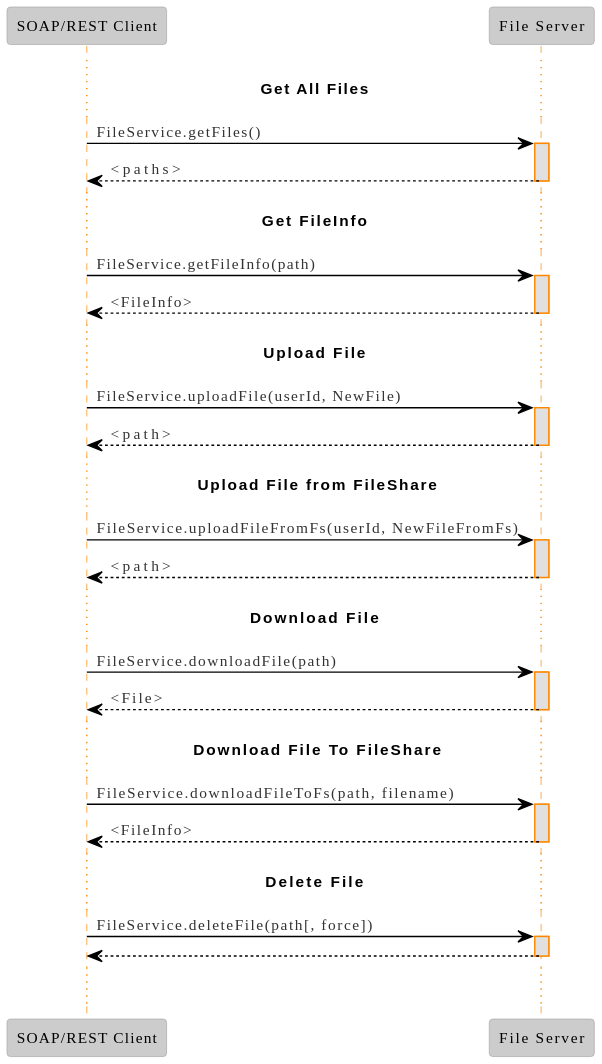
eluinstra/file-server-documentation keeps this PlantUML diagram as docs/img/Sequence Diagram - Server - Manage Files.svg. Above is the earlier version. Source of this version:
```plantuml
@startuml
!theme reddress-lightorange

skinparam backgroundColor transparent


participant "SOAP/REST Client" as app
participant "File Server" as fs

... <b>Get All Files ...

app -> fs: FileService.getFiles()
activate fs

fs --> app: <paths>
deactivate fs

... <b>Get FileInfo ...

app -> fs: FileService.getFileInfo(path)
activate fs

fs --> app: <FileInfo>
deactivate fs

... <b>Upload File ...

app -> fs: FileService.uploadFile(userId, NewFile)
activate fs

fs --> app: <path>
deactivate fs

... <b>Upload File from FileShare...

app -> fs: FileService.uploadFileFromFs(userId, NewFileFromFs)
activate fs

fs --> app: <path>
deactivate fs

... <b>Download File ...

app -> fs: FileService.downloadFile(path)
activate fs

fs --> app: <File>
deactivate fs

... <b>Download File To FileShare...

app -> fs: FileService.downloadFileToFs(path, filename)
activate fs

fs --> app: <FileInfo>
deactivate fs

... <b>Delete File ...

app -> fs: FileService.deleteFile(path[, force])
activate fs

fs --> app
deactivate fs

...
@enduml
```
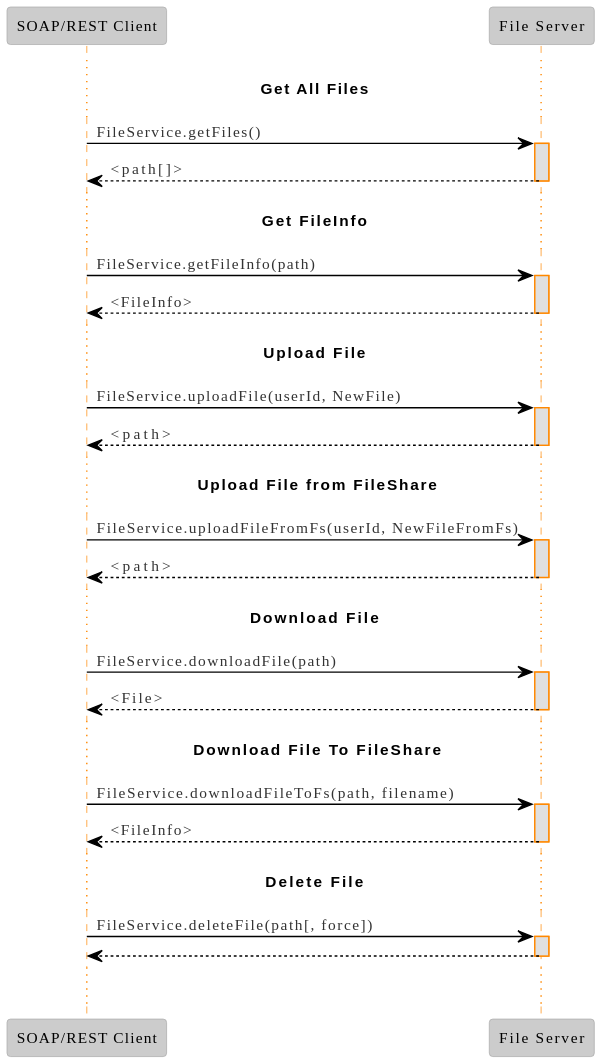
The same file after the commit.

What changed in the source:
```diff
@@ -12,7 +12,7 @@
 app -> fs: FileService.getFiles()
 activate fs
 
-fs --> app: <paths>
+fs --> app: <path[]>
 deactivate fs
 
 ... <b>Get FileInfo ...
```
